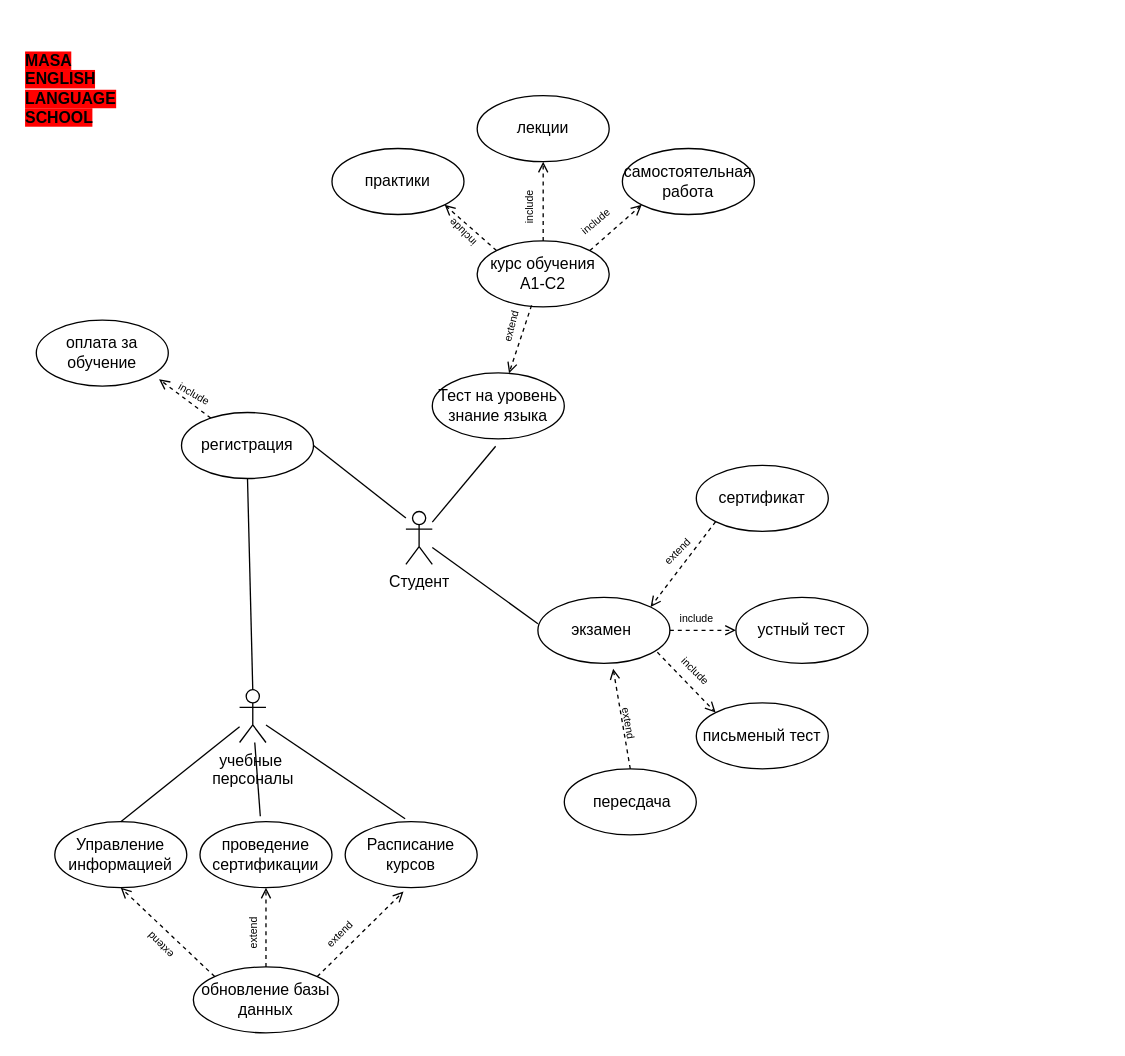
This is Masa_school_use_case_diagram.drawio from mati-tech/draw.io, a draw.io file, before an edit. Source tidied: cells renumbered, new cells numbered last; positions are measured from the earlier drawing's top-left corner, leaving out a move shared by most shapes. Both pictures are drawn from the tidied source at 132%, with x=0, y=0 at pixel (22, 69).
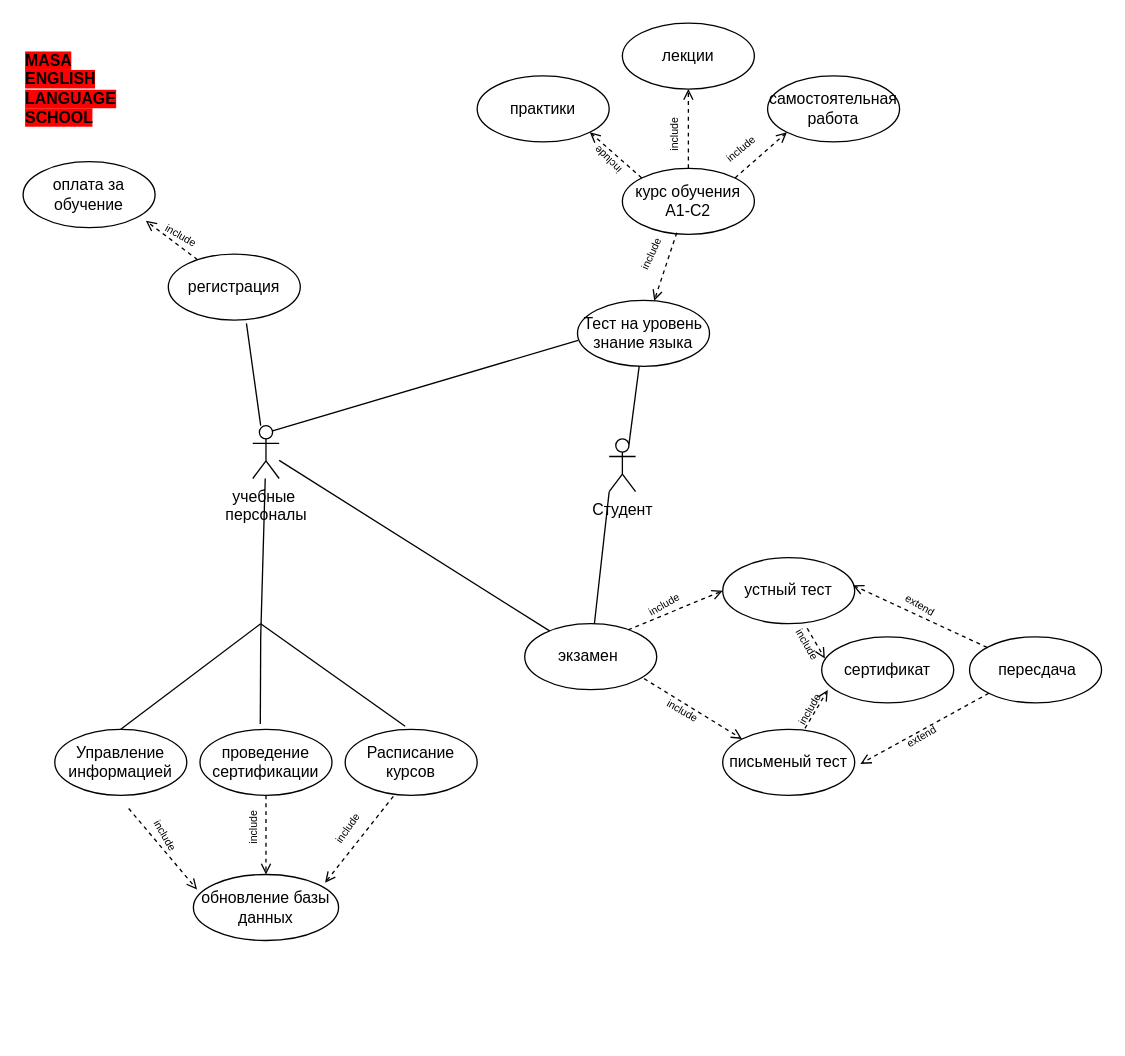
The same diagram, later.

The edit, as a diff of the source:
```diff
@@
     <mxCell id="2" value="Студент&lt;div&gt;&lt;br&gt;&lt;/div&gt;" style="shape=umlActor;verticalLabelPosition=bottom;verticalAlign=top;html=1;outlineConnect=0;" parent="1" vertex="1">
-      <mxGeometry x="290" y="335" width="20" height="40" as="geometry" />
+      <mxGeometry x="444" y="280" width="20" height="40" as="geometry" />
     </mxCell>
-    <mxCell id="3" value="учебные&amp;nbsp;&lt;div&gt;персоналы&lt;div&gt;&lt;br&gt;&lt;/div&gt;&lt;/div&gt;" style="shape=umlActor;verticalLabelPosition=bottom;verticalAlign=top;html=1;outlineConnect=0;" parent="1" vertex="1">
-      <mxGeometry x="164" y="470" width="20" height="40" as="geometry" />
-    </mxCell>
     <mxCell id="4" value="Тест на уровень знание языка" style="ellipse;whiteSpace=wrap;html=1;" parent="1" vertex="1">
-      <mxGeometry x="310" y="230" width="100" height="50" as="geometry" />
+      <mxGeometry x="420" y="175" width="100" height="50" as="geometry" />
     </mxCell>
     <mxCell id="5" value="курс обучения&lt;div&gt;A1-C2&lt;/div&gt;" style="ellipse;whiteSpace=wrap;html=1;" parent="1" vertex="1">
-      <mxGeometry x="344" y="130" width="100" height="50" as="geometry" />
+      <mxGeometry x="454" y="75" width="100" height="50" as="geometry" />
     </mxCell>
     <mxCell id="6" value="регистрация" style="ellipse;whiteSpace=wrap;html=1;" parent="1" vertex="1">
-      <mxGeometry x="120" y="260" width="100" height="50" as="geometry" />
+      <mxGeometry x="110" y="140" width="100" height="50" as="geometry" />
     </mxCell>
     <mxCell id="7" value="экзамен&amp;nbsp;" style="ellipse;whiteSpace=wrap;html=1;" parent="1" vertex="1">
-      <mxGeometry x="390" y="400" width="100" height="50" as="geometry" />
+      <mxGeometry x="380" y="420" width="100" height="50" as="geometry" />
     </mxCell>
     <mxCell id="8" value="сертификат" style="ellipse;whiteSpace=wrap;html=1;" parent="1" vertex="1">
-      <mxGeometry x="510" y="300" width="100" height="50" as="geometry" />
+      <mxGeometry x="605" y="430" width="100" height="50" as="geometry" />
     </mxCell>
     <mxCell id="9" value="устный тест" style="ellipse;whiteSpace=wrap;html=1;" parent="1" vertex="1">
-      <mxGeometry x="540" y="400" width="100" height="50" as="geometry" />
+      <mxGeometry x="530" y="370" width="100" height="50" as="geometry" />
     </mxCell>
     <mxCell id="10" value="письменый тест" style="ellipse;whiteSpace=wrap;html=1;" parent="1" vertex="1">
-      <mxGeometry x="510" y="480" width="100" height="50" as="geometry" />
+      <mxGeometry x="530" y="500" width="100" height="50" as="geometry" />
     </mxCell>
     <mxCell id="11" value="лекции" style="ellipse;whiteSpace=wrap;html=1;" parent="1" vertex="1">
-      <mxGeometry x="344" y="20" width="100" height="50" as="geometry" />
+      <mxGeometry x="454" y="-35" width="100" height="50" as="geometry" />
     </mxCell>
     <mxCell id="12" value="практики" style="ellipse;whiteSpace=wrap;html=1;" parent="1" vertex="1">
-      <mxGeometry x="234" y="60" width="100" height="50" as="geometry" />
+      <mxGeometry x="344" y="5" width="100" height="50" as="geometry" />
     </mxCell>
     <mxCell id="13" value="самостоятельная работа" style="ellipse;whiteSpace=wrap;html=1;" parent="1" vertex="1">
-      <mxGeometry x="454" y="60" width="100" height="50" as="geometry" />
+      <mxGeometry x="564" y="5" width="100" height="50" as="geometry" />
     </mxCell>
     <mxCell id="14" value="Управление информацией" style="ellipse;whiteSpace=wrap;html=1;" parent="1" vertex="1">
-      <mxGeometry x="24" y="570" width="100" height="50" as="geometry" />
+      <mxGeometry x="24" y="500" width="100" height="50" as="geometry" />
     </mxCell>
     <mxCell id="15" value="Расписание курсов" style="ellipse;whiteSpace=wrap;html=1;" parent="1" vertex="1">
-      <mxGeometry x="244" y="570" width="100" height="50" as="geometry" />
+      <mxGeometry x="244" y="500" width="100" height="50" as="geometry" />
     </mxCell>
     <mxCell id="16" value="проведение сертификации" style="ellipse;whiteSpace=wrap;html=1;" parent="1" vertex="1">
-      <mxGeometry x="134" y="570" width="100" height="50" as="geometry" />
+      <mxGeometry x="134" y="500" width="100" height="50" as="geometry" />
     </mxCell>
     <mxCell id="17" value="обновление базы данных" style="ellipse;whiteSpace=wrap;html=1;" parent="1" vertex="1">
-      <mxGeometry x="129" y="680" width="110" height="50" as="geometry" />
+      <mxGeometry x="129" y="610" width="110" height="50" as="geometry" />
     </mxCell>
     <mxCell id="18" value="оплата за обучение" style="ellipse;whiteSpace=wrap;html=1;" parent="1" vertex="1">
-      <mxGeometry x="10" y="190" width="100" height="50" as="geometry" />
+      <mxGeometry y="70" width="100" height="50" as="geometry" />
     </mxCell>
-    <mxCell id="19" style="endArrow=none;html=1;rounded=0;entryX=1;entryY=0.5;entryDx=0;entryDy=0;" parent="1" edge="1" target="6">
-      <mxGeometry relative="1" as="geometry">
-        <mxPoint x="290" y="340" as="sourcePoint" />
-      </mxGeometry>
-    </mxCell>
@@
-    <mxCell id="24" style="html=1;verticalAlign=bottom;labelBackgroundColor=none;endArrow=open;endFill=0;dashed=1;rounded=0;exitX=0;exitY=1;exitDx=0;exitDy=0;entryX=1;entryY=0;entryDx=0;entryDy=0;" parent="1" edge="1" source="8" target="7">
-      <mxGeometry x="-0.03" y="18" relative="1" as="geometry" />
-    </mxCell>
-    <mxCell id="25" style="html=1;verticalAlign=bottom;labelBackgroundColor=none;endArrow=open;endFill=0;dashed=1;rounded=0;exitX=1;exitY=0.5;exitDx=0;exitDy=0;entryX=0;entryY=0.5;entryDx=0;entryDy=0;" parent="1" edge="1" source="7" target="9">
+    <mxCell id="25" style="html=1;verticalAlign=bottom;labelBackgroundColor=none;endArrow=open;endFill=0;dashed=1;rounded=0;exitX=0.783;exitY=0.095;exitDx=0;exitDy=0;entryX=0;entryY=0.5;entryDx=0;entryDy=0;exitPerimeter=0;" parent="1" edge="1" source="7" target="9">
       <mxGeometry x="-0.03" y="18" relative="1" as="geometry" />
     </mxCell>
-    <mxCell id="26" value="&lt;font style=&quot;font-size: 8px;&quot;&gt;include&lt;/font&gt;" style="text;html=1;align=center;verticalAlign=middle;strokeColor=none;fillColor=none;rotation=0;" parent="1" vertex="1">
-      <mxGeometry x="485" y="400" width="50" height="30" as="geometry" />
+    <mxCell id="26" value="&lt;font style=&quot;font-size: 8px;&quot;&gt;include&lt;/font&gt;" style="text;html=1;align=center;verticalAlign=middle;strokeColor=none;fillColor=none;rotation=-30;" parent="1" vertex="1">
+      <mxGeometry x="460" y="390" width="50" height="30" as="geometry" />
     </mxCell>
@@
-    <mxCell id="28" value="&lt;font style=&quot;font-size: 8px;&quot;&gt;include&lt;/font&gt;" style="text;html=1;align=center;verticalAlign=middle;strokeColor=none;fillColor=none;rotation=45;" parent="1" vertex="1">
-      <mxGeometry x="485" y="440" width="50" height="30" as="geometry" />
+    <mxCell id="28" value="&lt;font style=&quot;font-size: 8px;&quot;&gt;include&lt;/font&gt;" style="text;html=1;align=center;verticalAlign=middle;strokeColor=none;fillColor=none;rotation=30;" parent="1" vertex="1">
+      <mxGeometry x="475" y="470" width="50" height="30" as="geometry" />
     </mxCell>
-    <mxCell id="29" value="&amp;nbsp;пересдача" style="ellipse;whiteSpace=wrap;html=1;" parent="1" vertex="1">
-      <mxGeometry x="410" y="530" width="100" height="50" as="geometry" />
-    </mxCell>
-    <mxCell id="30" style="html=1;verticalAlign=bottom;labelBackgroundColor=none;endArrow=open;endFill=0;dashed=1;rounded=0;entryX=0.57;entryY=1.081;entryDx=0;entryDy=0;entryPerimeter=0;exitX=0.5;exitY=0;exitDx=0;exitDy=0;" parent="1" edge="1" source="29" target="7">
+    <mxCell id="30" style="html=1;verticalAlign=bottom;labelBackgroundColor=none;endArrow=open;endFill=0;dashed=1;rounded=0;entryX=0.987;entryY=0.418;entryDx=0;entryDy=0;entryPerimeter=0;" parent="1" edge="1" source="29" target="9">
       <mxGeometry relative="1" as="geometry" />
     </mxCell>
-    <mxCell id="31" value="&lt;span style=&quot;font-size: 8px;&quot;&gt;extend&lt;/span&gt;" style="text;html=1;align=center;verticalAlign=middle;strokeColor=none;fillColor=none;rotation=80;" parent="1" vertex="1">
-      <mxGeometry x="435" y="480" width="50" height="30" as="geometry" />
+    <mxCell id="31" value="&lt;span style=&quot;font-size: 8px;&quot;&gt;extend&lt;/span&gt;" style="text;html=1;align=center;verticalAlign=middle;strokeColor=none;fillColor=none;rotation=-30;" parent="1" vertex="1">
+      <mxGeometry x="655" y="490" width="50" height="30" as="geometry" />
     </mxCell>
     <mxCell id="32" value="&lt;font style=&quot;font-size: 8px;&quot;&gt;include&lt;/font&gt;" style="text;html=1;align=center;verticalAlign=middle;strokeColor=none;fillColor=none;rotation=-90;" parent="1" vertex="1">
-      <mxGeometry x="358" y="90" width="50" height="30" as="geometry" />
+      <mxGeometry x="468" y="35" width="50" height="30" as="geometry" />
     </mxCell>
     <mxCell id="33" value="&lt;font style=&quot;font-size: 8px;&quot;&gt;include&lt;/font&gt;" style="text;html=1;align=center;verticalAlign=middle;strokeColor=none;fillColor=none;rotation=-40;" parent="1" vertex="1">
-      <mxGeometry x="408" y="100" width="50" height="30" as="geometry" />
+      <mxGeometry x="518" y="45" width="50" height="30" as="geometry" />
     </mxCell>
     <mxCell id="34" value="&lt;font style=&quot;font-size: 8px;&quot;&gt;include&lt;/font&gt;" style="text;html=1;align=center;verticalAlign=middle;strokeColor=none;fillColor=none;rotation=-135;" parent="1" vertex="1">
-      <mxGeometry x="308" y="110" width="50" height="30" as="geometry" />
+      <mxGeometry x="418" y="55" width="50" height="30" as="geometry" />
     </mxCell>
     <mxCell id="35" value="&lt;font style=&quot;font-size: 8px;&quot;&gt;include&lt;/font&gt;" style="text;html=1;align=center;verticalAlign=middle;strokeColor=none;fillColor=none;rotation=30;" parent="1" vertex="1">
-      <mxGeometry x="105" y="230" width="50" height="30" as="geometry" />
+      <mxGeometry x="95" y="110" width="50" height="30" as="geometry" />
     </mxCell>
-    <mxCell id="36" value="&lt;span style=&quot;font-size: 8px;&quot;&gt;extend&lt;/span&gt;" style="text;html=1;align=center;verticalAlign=middle;strokeColor=none;fillColor=none;rotation=-45;" parent="1" vertex="1">
-      <mxGeometry x="470" y="350" width="50" height="30" as="geometry" />
-    </mxCell>
-    <mxCell id="37" style="endArrow=none;html=1;rounded=0;entryX=0.5;entryY=1;entryDx=0;entryDy=0;exitX=0.5;exitY=0;exitDx=0;exitDy=0;exitPerimeter=0;" parent="1" edge="1" source="3" target="6">
-      <mxGeometry relative="1" as="geometry" />
-    </mxCell>
-    <mxCell id="38" style="endArrow=none;html=1;rounded=0;exitX=0.5;exitY=0;exitDx=0;exitDy=0;" parent="1" edge="1" source="14" target="3">
-      <mxGeometry relative="1" as="geometry" />
+    <mxCell id="38" style="endArrow=none;html=1;rounded=0;exitX=0.5;exitY=0;exitDx=0;exitDy=0;" parent="1" edge="1" source="14">
+      <mxGeometry relative="1" as="geometry">
+        <mxPoint x="180" y="420" as="targetPoint" />
+      </mxGeometry>
     </mxCell>
-    <mxCell id="39" style="endArrow=none;html=1;rounded=0;exitX=0.454;exitY=-0.045;exitDx=0;exitDy=0;exitPerimeter=0;" parent="1" edge="1" source="15" target="3">
-      <mxGeometry relative="1" as="geometry" />
+    <mxCell id="39" style="endArrow=none;html=1;rounded=0;exitX=0.454;exitY=-0.045;exitDx=0;exitDy=0;exitPerimeter=0;" parent="1" edge="1" source="15">
+      <mxGeometry relative="1" as="geometry">
+        <mxPoint x="180" y="420" as="targetPoint" />
+      </mxGeometry>
     </mxCell>
-    <mxCell id="40" style="endArrow=none;html=1;rounded=0;exitX=0.457;exitY=-0.082;exitDx=0;exitDy=0;exitPerimeter=0;" parent="1" edge="1" source="16" target="3">
-      <mxGeometry relative="1" as="geometry" />
+    <mxCell id="40" style="endArrow=none;html=1;rounded=0;exitX=0.457;exitY=-0.082;exitDx=0;exitDy=0;exitPerimeter=0;" parent="1" edge="1" source="16">
+      <mxGeometry relative="1" as="geometry">
+        <mxPoint x="180" y="430" as="targetPoint" />
+      </mxGeometry>
     </mxCell>
-    <mxCell id="41" value="&lt;span style=&quot;font-size: 8px;&quot;&gt;extend&lt;/span&gt;" style="text;html=1;align=center;verticalAlign=middle;strokeColor=none;fillColor=none;rotation=-90;" parent="1" vertex="1">
-      <mxGeometry x="149" y="640" width="50" height="30" as="geometry" />
-    </mxCell>
-    <mxCell id="42" style="html=1;verticalAlign=bottom;labelBackgroundColor=none;endArrow=open;endFill=0;dashed=1;rounded=0;entryX=0.5;entryY=1;entryDx=0;entryDy=0;exitX=0;exitY=0;exitDx=0;exitDy=0;" parent="1" edge="1" source="17" target="14">
-      <mxGeometry relative="1" as="geometry" />
+    <mxCell id="42" style="html=1;verticalAlign=bottom;labelBackgroundColor=none;endArrow=open;endFill=0;dashed=1;rounded=0;entryX=0.025;entryY=0.227;entryDx=0;entryDy=0;entryPerimeter=0;" parent="1" edge="1" target="17">
+      <mxGeometry relative="1" as="geometry">
+        <mxPoint x="80" y="560" as="sourcePoint" />
+      </mxGeometry>
     </mxCell>
-    <mxCell id="43" style="html=1;verticalAlign=bottom;labelBackgroundColor=none;endArrow=open;endFill=0;dashed=1;rounded=0;entryX=0.5;entryY=1;entryDx=0;entryDy=0;exitX=0.5;exitY=0;exitDx=0;exitDy=0;" parent="1" edge="1" source="17" target="16">
+    <mxCell id="43" style="html=1;verticalAlign=bottom;labelBackgroundColor=none;endArrow=open;endFill=0;dashed=1;rounded=0;exitX=0.5;exitY=1;exitDx=0;exitDy=0;entryX=0.5;entryY=0;entryDx=0;entryDy=0;" parent="1" edge="1" source="16" target="17">
       <mxGeometry relative="1" as="geometry" />
     </mxCell>
-    <mxCell id="44" style="html=1;verticalAlign=bottom;labelBackgroundColor=none;endArrow=open;endFill=0;dashed=1;rounded=0;entryX=0.442;entryY=1.058;entryDx=0;entryDy=0;exitX=1;exitY=0;exitDx=0;exitDy=0;entryPerimeter=0;" parent="1" edge="1" source="17" target="15">
+    <mxCell id="44" style="html=1;verticalAlign=bottom;labelBackgroundColor=none;endArrow=open;endFill=0;dashed=1;rounded=0;entryX=0.907;entryY=0.125;entryDx=0;entryDy=0;exitX=0.365;exitY=1.015;exitDx=0;exitDy=0;entryPerimeter=0;exitPerimeter=0;" parent="1" edge="1" source="15" target="17">
       <mxGeometry relative="1" as="geometry" />
     </mxCell>
-    <mxCell id="45" value="&lt;span style=&quot;font-size: 8px;&quot;&gt;extend&lt;/span&gt;" style="text;html=1;align=center;verticalAlign=middle;strokeColor=none;fillColor=none;rotation=-45;" parent="1" vertex="1">
-      <mxGeometry x="214" y="640" width="50" height="30" as="geometry" />
-    </mxCell>
-    <mxCell id="46" value="&lt;span style=&quot;font-size: 8px;&quot;&gt;extend&lt;/span&gt;" style="text;html=1;align=center;verticalAlign=middle;strokeColor=none;fillColor=none;rotation=-135;" parent="1" vertex="1">
-      <mxGeometry x="79" y="650" width="50" height="30" as="geometry" />
-    </mxCell>
@@
-    <mxCell id="48" value="&lt;span style=&quot;font-size: 8px;&quot;&gt;extend&lt;/span&gt;" style="text;html=1;align=center;verticalAlign=middle;strokeColor=none;fillColor=none;rotation=-75;" parent="1" vertex="1">
-      <mxGeometry x="344" y="180" width="50" height="30" as="geometry" />
-    </mxCell>
+    <mxCell id="51" value="&lt;b style=&quot;background-color: rgb(255, 0, 0);&quot;&gt;MASA ENGLISH LANGUAGE SCHOOL&lt;/b&gt;" style="text;html=1;align=left;verticalAlign=middle;whiteSpace=wrap;rounded=0;" parent="1" vertex="1">
+      <mxGeometry width="60" height="30" as="geometry" />
+    </mxCell>
+    <mxCell id="52" style="html=1;verticalAlign=bottom;labelBackgroundColor=none;endArrow=open;endFill=0;dashed=1;rounded=0;exitX=0.64;exitY=1.069;exitDx=0;exitDy=0;entryX=0.024;entryY=0.328;entryDx=0;entryDy=0;exitPerimeter=0;entryPerimeter=0;" parent="1" edge="1" source="9" target="8">
+      <mxGeometry x="-0.03" y="18" relative="1" as="geometry" />
+    </mxCell>
+    <mxCell id="53" style="html=1;verticalAlign=bottom;labelBackgroundColor=none;endArrow=open;endFill=0;dashed=1;rounded=0;exitX=0.623;exitY=-0.014;exitDx=0;exitDy=0;entryX=0.046;entryY=0.805;entryDx=0;entryDy=0;entryPerimeter=0;exitPerimeter=0;" parent="1" edge="1" source="10" target="8">
+      <mxGeometry x="-0.03" y="18" relative="1" as="geometry" />
+    </mxCell>
+    <mxCell id="54" value="&lt;font style=&quot;font-size: 8px;&quot;&gt;include&lt;/font&gt;" style="text;html=1;align=center;verticalAlign=middle;strokeColor=none;fillColor=none;rotation=60;" parent="1" vertex="1">
+      <mxGeometry x="570" y="420" width="50" height="30" as="geometry" />
+    </mxCell>
+    <mxCell id="55" value="&lt;font style=&quot;font-size: 8px;&quot;&gt;include&lt;/font&gt;" style="text;html=1;align=center;verticalAlign=middle;strokeColor=none;fillColor=none;rotation=-60;" parent="1" vertex="1">
+      <mxGeometry x="570" y="470" width="50" height="30" as="geometry" />
+    </mxCell>
+    <mxCell id="29" value="&amp;nbsp;пересдача" style="ellipse;whiteSpace=wrap;html=1;" parent="1" vertex="1">
+      <mxGeometry x="717" y="430" width="100" height="50" as="geometry" />
+    </mxCell>
+    <mxCell id="56" style="html=1;verticalAlign=bottom;labelBackgroundColor=none;endArrow=open;endFill=0;dashed=1;rounded=0;entryX=1.043;entryY=0.524;entryDx=0;entryDy=0;entryPerimeter=0;exitX=0;exitY=1;exitDx=0;exitDy=0;" parent="1" edge="1" source="29" target="10">
+      <mxGeometry relative="1" as="geometry" />
+    </mxCell>
+    <mxCell id="57" value="&lt;span style=&quot;font-size: 8px;&quot;&gt;extend&lt;/span&gt;" style="text;html=1;align=center;verticalAlign=middle;strokeColor=none;fillColor=none;rotation=30;" parent="1" vertex="1">
+      <mxGeometry x="655" y="390" width="50" height="30" as="geometry" />
+    </mxCell>
+    <mxCell id="58" value="&lt;span style=&quot;font-size: 8px;&quot;&gt;include&lt;/span&gt;" style="text;html=1;align=center;verticalAlign=middle;strokeColor=none;fillColor=none;rotation=60;" parent="1" vertex="1">
+      <mxGeometry x="84" y="564.5" width="50" height="30" as="geometry" />
+    </mxCell>
+    <mxCell id="59" value="&lt;span style=&quot;font-size: 8px;&quot;&gt;include&lt;/span&gt;" style="text;html=1;align=center;verticalAlign=middle;strokeColor=none;fillColor=none;rotation=-90;" parent="1" vertex="1">
+      <mxGeometry x="149" y="560" width="50" height="30" as="geometry" />
+    </mxCell>
+    <mxCell id="60" value="&lt;span style=&quot;font-size: 8px;&quot;&gt;include&lt;/span&gt;" style="text;html=1;align=center;verticalAlign=middle;strokeColor=none;fillColor=none;rotation=-55;" parent="1" vertex="1">
+      <mxGeometry x="220" y="560" width="50" height="30" as="geometry" />
+    </mxCell>
+    <mxCell id="61" value="&lt;font style=&quot;font-size: 8px;&quot;&gt;include&lt;/font&gt;" style="text;html=1;align=center;verticalAlign=middle;strokeColor=none;fillColor=none;rotation=-65;" parent="1" vertex="1">
+      <mxGeometry x="450" y="125" width="50" height="30" as="geometry" />
+    </mxCell>
+    <mxCell id="62" style="endArrow=none;html=1;rounded=0;" parent="1" edge="1" target="3">
+      <mxGeometry relative="1" as="geometry">
+        <mxPoint x="180" y="430" as="sourcePoint" />
+      </mxGeometry>
+    </mxCell>
+    <mxCell id="3" value="учебные&amp;nbsp;&lt;div&gt;персоналы&lt;div&gt;&lt;br&gt;&lt;/div&gt;&lt;/div&gt;" style="shape=umlActor;verticalLabelPosition=bottom;verticalAlign=top;html=1;outlineConnect=0;" parent="1" vertex="1">
+      <mxGeometry x="174" y="270" width="20" height="40" as="geometry" />
+    </mxCell>
+    <mxCell id="37" style="endArrow=none;html=1;rounded=0;entryX=0.592;entryY=1.049;entryDx=0;entryDy=0;entryPerimeter=0;exitX=0.3;exitY=0;exitDx=0;exitDy=0;exitPerimeter=0;" parent="1" edge="1" source="3" target="6">
+      <mxGeometry relative="1" as="geometry" />
+    </mxCell>
+    <mxCell id="63" style="endArrow=none;html=1;rounded=0;entryX=0.005;entryY=0.606;entryDx=0;entryDy=0;entryPerimeter=0;exitX=0.75;exitY=0.1;exitDx=0;exitDy=0;exitPerimeter=0;" parent="1" edge="1" source="3" target="4">
+      <mxGeometry relative="1" as="geometry" />
+    </mxCell>
-    <mxCell id="49" style="endArrow=none;html=1;rounded=0;entryX=0.48;entryY=1.111;entryDx=0;entryDy=0;entryPerimeter=0;" parent="1" edge="1" source="2" target="4">
+    <mxCell id="49" style="endArrow=none;html=1;rounded=0;exitX=0.75;exitY=0.1;exitDx=0;exitDy=0;exitPerimeter=0;" parent="1" edge="1" source="2" target="4">
       <mxGeometry relative="1" as="geometry" />
     </mxCell>
-    <mxCell id="50" style="endArrow=none;html=1;rounded=0;" parent="1" edge="1" target="2">
-      <mxGeometry relative="1" as="geometry">
-        <mxPoint x="390" y="420" as="sourcePoint" />
-      </mxGeometry>
-    </mxCell>
-    <mxCell id="51" value="&lt;b style=&quot;background-color: rgb(255, 0, 0);&quot;&gt;MASA ENGLISH LANGUAGE SCHOOL&lt;/b&gt;" style="text;html=1;align=left;verticalAlign=middle;whiteSpace=wrap;rounded=0;" parent="1" vertex="1">
-      <mxGeometry width="60" height="30" as="geometry" />
-    </mxCell>
+    <mxCell id="64" style="endArrow=none;html=1;rounded=0;entryX=0;entryY=1;entryDx=0;entryDy=0;entryPerimeter=0;" parent="1" edge="1" source="7" target="2">
+      <mxGeometry relative="1" as="geometry" />
+    </mxCell>
+    <mxCell id="65" style="endArrow=none;html=1;rounded=0;" parent="1" edge="1" source="7" target="3">
+      <mxGeometry relative="1" as="geometry" />
+    </mxCell>
```
